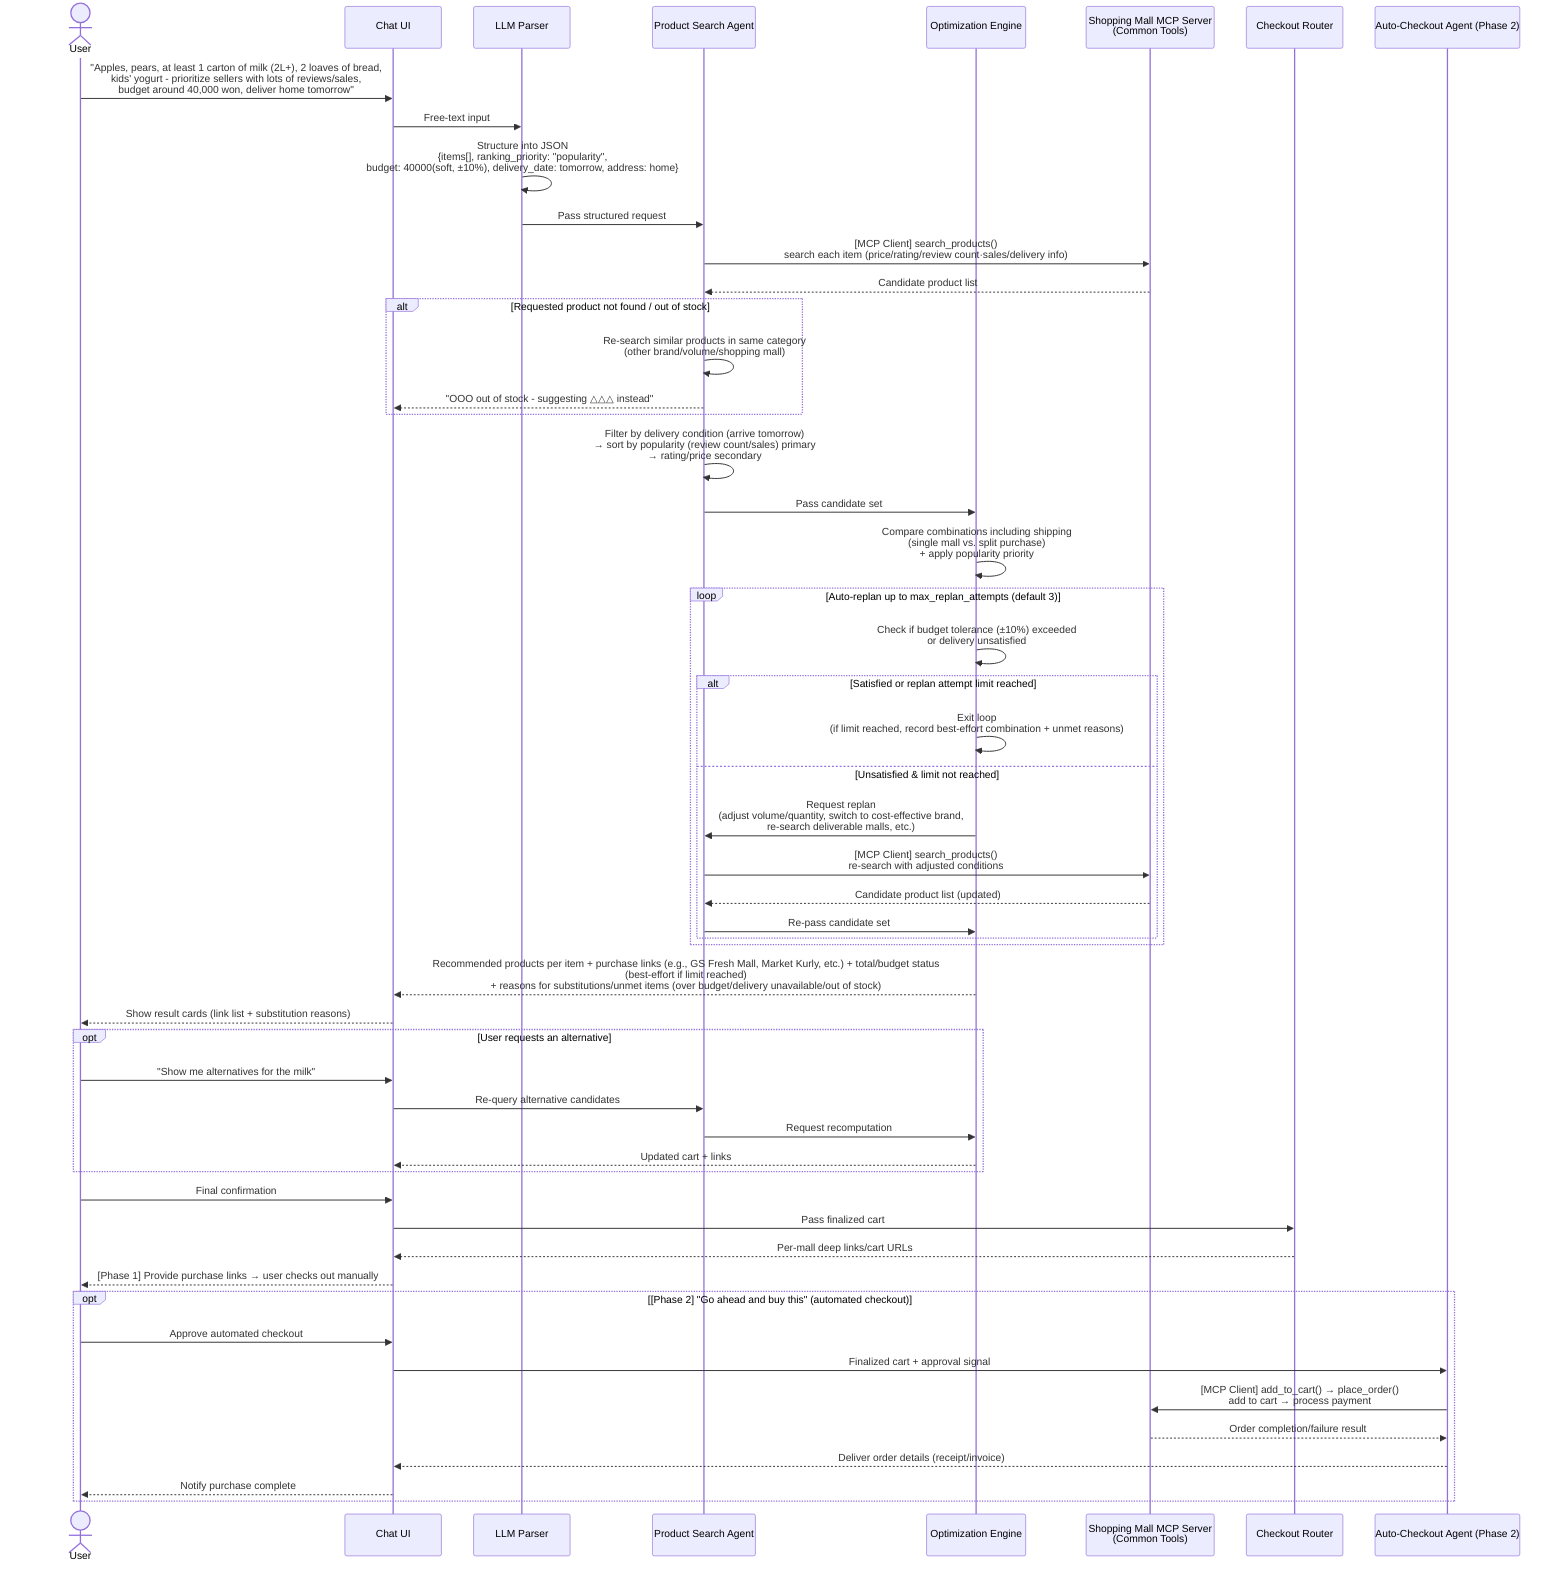
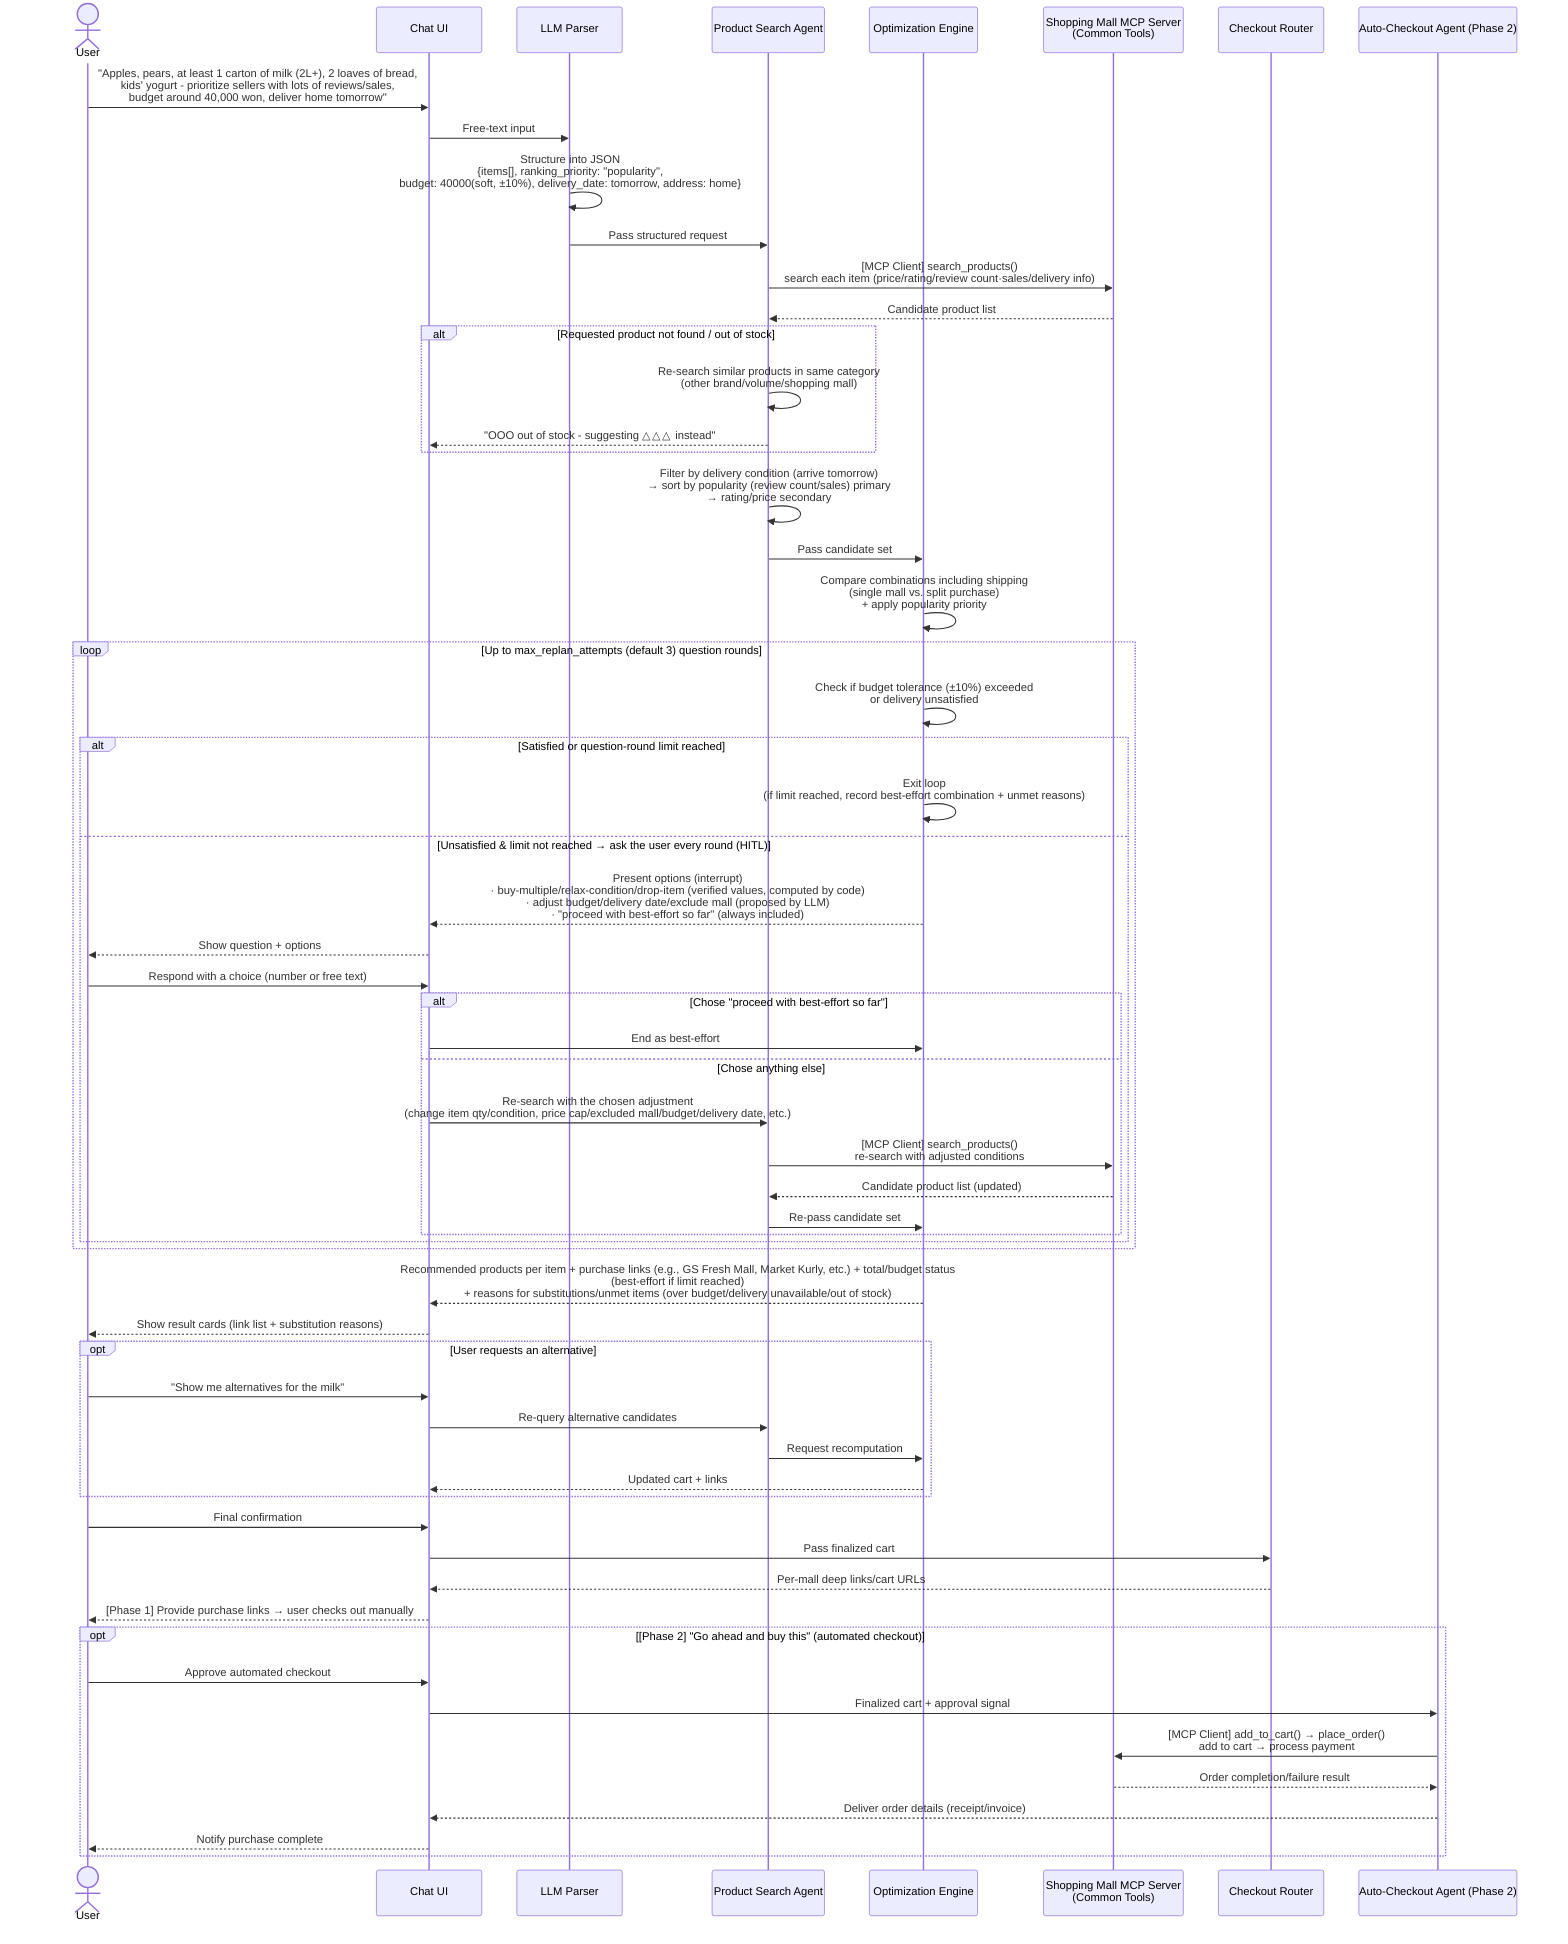
sequenceDiagram
    actor User
    participant UI as Chat UI
    participant Parser as LLM Parser
    participant Search as Product Search Agent
    participant Optimizer as Optimization Engine
    participant Mall as Shopping Mall MCP Server<br/>(Common Tools)
    participant Router as Checkout Router
    participant Purchase as Auto-Checkout Agent (Phase 2)

    User->>UI: "Apples, pears, at least 1 carton of milk (2L+), 2 loaves of bread,<br/>kids' yogurt - prioritize sellers with lots of reviews/sales,<br/>budget around 40,000 won, deliver home tomorrow"
    UI->>Parser: Free-text input
    Parser->>Parser: Structure into JSON<br/>{items[], ranking_priority: "popularity",<br/>budget: 40000(soft, ±10%), delivery_date: tomorrow, address: home}
    Parser->>Search: Pass structured request
    Search->>Mall: [MCP Client] search_products()<br/>search each item (price/rating/review count·sales/delivery info)
    Mall-->>Search: Candidate product list

    alt Requested product not found / out of stock
        Search->>Search: Re-search similar products in same category<br/>(other brand/volume/shopping mall)
        Search-->>UI: "OOO out of stock - suggesting △△△ instead"
    end

    Search->>Search: Filter by delivery condition (arrive tomorrow)<br/>→ sort by popularity (review count/sales) primary<br/>→ rating/price secondary
    Search->>Optimizer: Pass candidate set
    Optimizer->>Optimizer: Compare combinations including shipping<br/>(single mall vs. split purchase)<br/>+ apply popularity priority

-     loop Auto-replan up to max_replan_attempts (default 3)
+     loop Up to max_replan_attempts (default 3) question rounds
        Optimizer->>Optimizer: Check if budget tolerance (±10%) exceeded<br/>or delivery unsatisfied
-         alt Satisfied or replan attempt limit reached
+         alt Satisfied or question-round limit reached
            Optimizer->>Optimizer: Exit loop<br/>(if limit reached, record best-effort combination + unmet reasons)
-         else Unsatisfied & limit not reached
-             Optimizer->>Search: Request replan<br/>(adjust volume/quantity, switch to cost-effective brand,<br/>re-search deliverable malls, etc.)
-             Search->>Mall: [MCP Client] search_products()<br/>re-search with adjusted conditions
-             Mall-->>Search: Candidate product list (updated)
-             Search->>Optimizer: Re-pass candidate set
+         else Unsatisfied & limit not reached → ask the user every round (HITL)
+             Optimizer-->>UI: Present options (interrupt)<br/>· buy-multiple/relax-condition/drop-item (verified values, computed by code)<br/>· adjust budget/delivery date/exclude mall (proposed by LLM)<br/>· "proceed with best-effort so far" (always included)
+             UI-->>User: Show question + options
+             User->>UI: Respond with a choice (number or free text)
+             alt Chose "proceed with best-effort so far"
+                 UI->>Optimizer: End as best-effort
+             else Chose anything else
+                 UI->>Search: Re-search with the chosen adjustment<br/>(change item qty/condition, price cap/excluded mall/budget/delivery date, etc.)
+                 Search->>Mall: [MCP Client] search_products()<br/>re-search with adjusted conditions
+                 Mall-->>Search: Candidate product list (updated)
+                 Search->>Optimizer: Re-pass candidate set
+             end
        end
    end

    Optimizer-->>UI: Recommended products per item + purchase links (e.g., GS Fresh Mall, Market Kurly, etc.) + total/budget status<br/>(best-effort if limit reached)<br/>+ reasons for substitutions/unmet items (over budget/delivery unavailable/out of stock)
    UI-->>User: Show result cards (link list + substitution reasons)

    opt User requests an alternative
        User->>UI: "Show me alternatives for the milk"
        UI->>Search: Re-query alternative candidates
        Search->>Optimizer: Request recomputation
        Optimizer-->>UI: Updated cart + links
    end

    User->>UI: Final confirmation
    UI->>Router: Pass finalized cart
    Router-->>UI: Per-mall deep links/cart URLs
    UI-->>User: [Phase 1] Provide purchase links → user checks out manually

    opt [Phase 2] "Go ahead and buy this" (automated checkout)
        User->>UI: Approve automated checkout
        UI->>Purchase: Finalized cart + approval signal
        Purchase->>Mall: [MCP Client] add_to_cart() → place_order()<br/>add to cart → process payment
        Mall-->>Purchase: Order completion/failure result
        Purchase-->>UI: Deliver order details (receipt/invoice)
        UI-->>User: Notify purchase complete
    end
